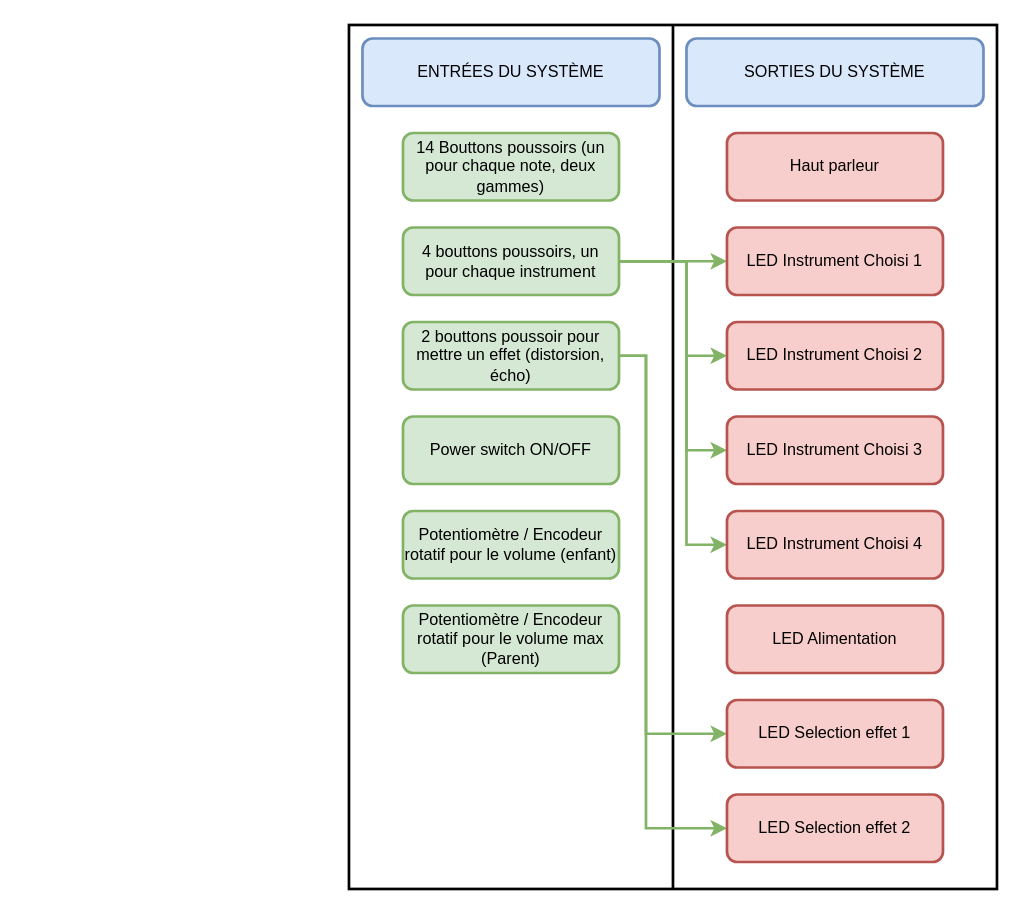
Before: Schemas/Schema_Input_Output.drawio in Ithoh/ProjetSynthe, a draw.io diagram. Source tidied: cells renumbered, new cells numbered last; positions are measured from the earlier drawing's top-left corner, leaving out a move shared by most shapes. Both pictures are drawn from the tidied source at 135%, with x=0, y=0 at pixel (348, 24).
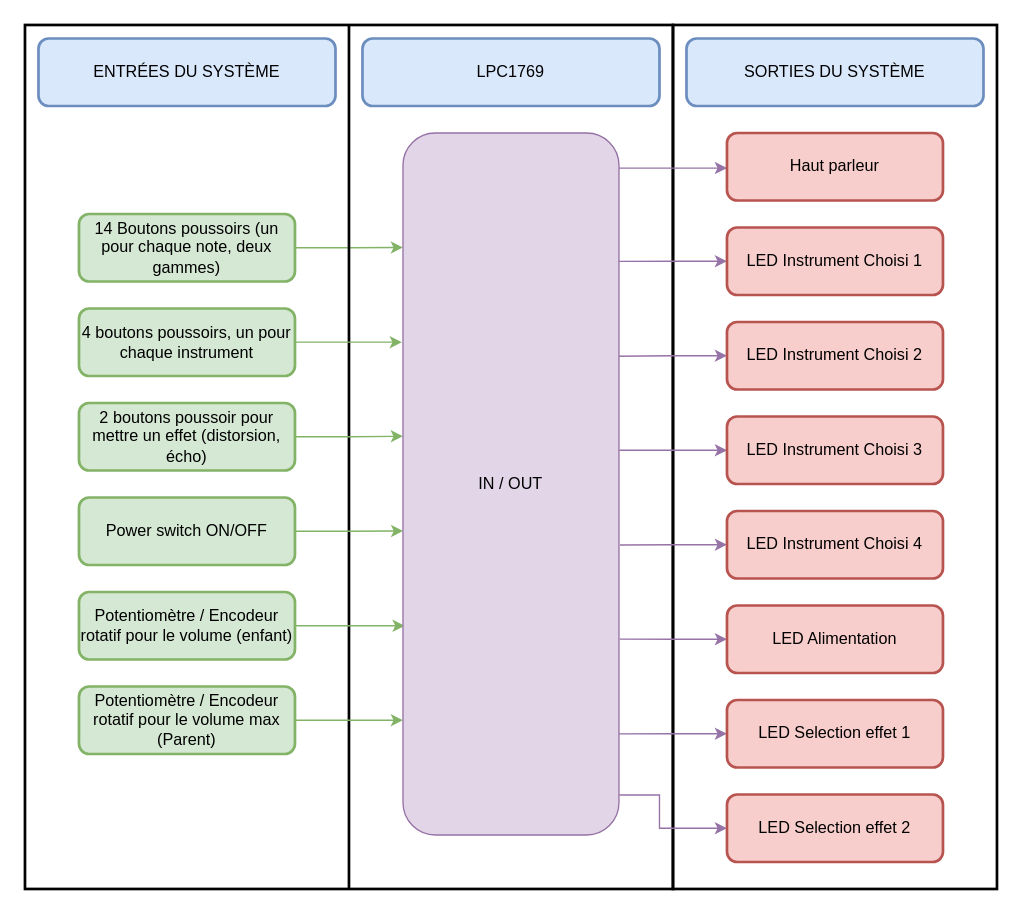
After the change.

Commit message (it also covers changes not shown here):
Modification schema fonctionnel + IO

Unchanged cells that the change refers to:
```xml
<mxCell id="18" value="Haut parleur" style="rounded=1;whiteSpace=wrap;html=1;strokeColor=#b85450;strokeWidth=2;fillColor=#f8cecc;" parent="1" vertex="1">
  <mxGeometry x="280" y="80" width="160" height="50" as="geometry" />
</mxCell>
<mxCell id="19" value="LED Instrument Choisi 1" style="rounded=1;whiteSpace=wrap;html=1;strokeColor=#b85450;strokeWidth=2;fillColor=#f8cecc;" parent="1" vertex="1">
  <mxGeometry x="280" y="150" width="160" height="50" as="geometry" />
</mxCell>
<mxCell id="20" value="LED Instrument Choisi 3" style="rounded=1;whiteSpace=wrap;html=1;strokeColor=#b85450;strokeWidth=2;fillColor=#f8cecc;" parent="1" vertex="1">
  <mxGeometry x="280" y="290" width="160" height="50" as="geometry" />
</mxCell>
<mxCell id="21" value="LED Instrument Choisi 2" style="rounded=1;whiteSpace=wrap;html=1;strokeColor=#b85450;strokeWidth=2;fillColor=#f8cecc;" parent="1" vertex="1">
  <mxGeometry x="280" y="220" width="160" height="50" as="geometry" />
</mxCell>
<mxCell id="22" value="LED Instrument Choisi 4" style="rounded=1;whiteSpace=wrap;html=1;strokeColor=#b85450;strokeWidth=2;fillColor=#f8cecc;" parent="1" vertex="1">
  <mxGeometry x="280" y="360" width="160" height="50" as="geometry" />
</mxCell>
<mxCell id="23" value="LED Selection effet 1" style="rounded=1;whiteSpace=wrap;html=1;strokeColor=#b85450;strokeWidth=2;fillColor=#f8cecc;" parent="1" vertex="1">
  <mxGeometry x="280" y="500" width="160" height="50" as="geometry" />
</mxCell>
<mxCell id="24" value="LED Alimentation" style="rounded=1;whiteSpace=wrap;html=1;strokeColor=#b85450;strokeWidth=2;fillColor=#f8cecc;" parent="1" vertex="1">
  <mxGeometry x="280" y="430" width="160" height="50" as="geometry" />
</mxCell>
<mxCell id="25" value="LED Selection effet 2" style="rounded=1;whiteSpace=wrap;html=1;strokeColor=#b85450;strokeWidth=2;fillColor=#f8cecc;" parent="1" vertex="1">
  <mxGeometry x="280" y="570" width="160" height="50" as="geometry" />
</mxCell>
```

Change to the diagram source:
```diff
@@
+    <mxCell id="26" style="rounded=0;whiteSpace=wrap;html=1;strokeColor=default;strokeWidth=2;fillColor=none;" parent="1" vertex="1">
+      <mxGeometry x="240" width="240" height="640" as="geometry" />
+    </mxCell>
     <mxCell id="2" style="rounded=0;whiteSpace=wrap;html=1;strokeColor=default;strokeWidth=2;fillColor=none;" parent="1" vertex="1">
-      <mxGeometry width="480" height="640" as="geometry" />
+      <mxGeometry x="-240" width="480" height="640" as="geometry" />
     </mxCell>
     <mxCell id="3" value="ENTRÉES DU SYSTÈME" style="text;html=1;strokeColor=#6c8ebf;fillColor=#dae8fc;align=center;verticalAlign=middle;whiteSpace=wrap;rounded=1;strokeWidth=2;" parent="1" vertex="1">
-      <mxGeometry x="10" y="10" width="220" height="50" as="geometry" />
+      <mxGeometry x="-230" y="10" width="220" height="50" as="geometry" />
     </mxCell>
@@
+    <mxCell id="27" style="edgeStyle=orthogonalEdgeStyle;rounded=0;jettySize=auto;html=1;entryX=0;entryY=0.163;entryDx=0;entryDy=0;entryPerimeter=0;fillColor=#d5e8d4;strokeColor=#82b366;" parent="1" edge="1" source="5" target="42">
+      <mxGeometry relative="1" as="geometry" />
+    </mxCell>
-    <mxCell id="5" value="14 Bouttons poussoirs (un pour chaque note, deux gammes)" style="rounded=1;whiteSpace=wrap;html=1;strokeColor=#82b366;strokeWidth=2;fillColor=#d5e8d4;" parent="1" vertex="1">
-      <mxGeometry x="40" y="80" width="160" height="50" as="geometry" />
+    <mxCell id="5" value="14 Boutons poussoirs (un pour chaque note, deux gammes)" style="rounded=1;whiteSpace=wrap;html=1;strokeColor=#82b366;strokeWidth=2;fillColor=#d5e8d4;" parent="1" vertex="1">
+      <mxGeometry x="-200" y="140" width="160" height="50" as="geometry" />
     </mxCell>
@@
-    <mxCell id="7" style="edgeStyle=orthogonalEdgeStyle;rounded=0;jettySize=auto;html=1;strokeWidth=2;fillColor=#d5e8d4;strokeColor=#82b366;" parent="1" edge="1" source="11" target="19">
-      <mxGeometry relative="1" as="geometry" />
-    </mxCell>
-    <mxCell id="8" style="edgeStyle=orthogonalEdgeStyle;rounded=0;jettySize=auto;html=1;exitX=1;exitY=0.5;exitDx=0;exitDy=0;entryX=0;entryY=0.5;entryDx=0;entryDy=0;strokeWidth=2;fillColor=#d5e8d4;strokeColor=#82b366;" parent="1" edge="1" source="11" target="21">
-      <mxGeometry relative="1" as="geometry">
-        <Array as="points">
-          <mxPoint x="250" y="175" />
-          <mxPoint x="250" y="245" />
-        </Array>
-      </mxGeometry>
-    </mxCell>
-    <mxCell id="9" style="edgeStyle=orthogonalEdgeStyle;rounded=0;jettySize=auto;html=1;exitX=1;exitY=0.5;exitDx=0;exitDy=0;entryX=0;entryY=0.5;entryDx=0;entryDy=0;strokeWidth=2;fillColor=#d5e8d4;strokeColor=#82b366;" parent="1" edge="1" source="11" target="20">
-      <mxGeometry relative="1" as="geometry">
-        <Array as="points">
-          <mxPoint x="250" y="175" />
-          <mxPoint x="250" y="315" />
-        </Array>
-      </mxGeometry>
-    </mxCell>
-    <mxCell id="10" style="edgeStyle=orthogonalEdgeStyle;rounded=0;jettySize=auto;html=1;entryX=0;entryY=0.5;entryDx=0;entryDy=0;strokeWidth=2;fillColor=#d5e8d4;strokeColor=#82b366;" parent="1" edge="1" source="11" target="22">
-      <mxGeometry relative="1" as="geometry">
-        <Array as="points">
-          <mxPoint x="250" y="175" />
-          <mxPoint x="250" y="385" />
-        </Array>
-      </mxGeometry>
-    </mxCell>
+    <mxCell id="28" style="edgeStyle=orthogonalEdgeStyle;rounded=0;jettySize=auto;html=1;entryX=-0.005;entryY=0.298;entryDx=0;entryDy=0;entryPerimeter=0;fillColor=#d5e8d4;strokeColor=#82b366;" parent="1" edge="1" source="11" target="42">
+      <mxGeometry relative="1" as="geometry" />
+    </mxCell>
-    <mxCell id="11" value="4 bouttons poussoirs, un pour chaque instrument" style="rounded=1;whiteSpace=wrap;html=1;strokeColor=#82b366;strokeWidth=2;fillColor=#d5e8d4;" parent="1" vertex="1">
-      <mxGeometry x="40" y="150" width="160" height="50" as="geometry" />
+    <mxCell id="11" value="4 boutons poussoirs, un pour chaque instrument" style="rounded=1;whiteSpace=wrap;html=1;strokeColor=#82b366;strokeWidth=2;fillColor=#d5e8d4;" parent="1" vertex="1">
+      <mxGeometry x="-200" y="210" width="160" height="50" as="geometry" />
     </mxCell>
-    <mxCell id="12" style="edgeStyle=orthogonalEdgeStyle;rounded=0;jettySize=auto;html=1;exitX=1;exitY=0.5;exitDx=0;exitDy=0;entryX=0;entryY=0.5;entryDx=0;entryDy=0;strokeWidth=2;fillColor=#d5e8d4;strokeColor=#82b366;" parent="1" edge="1" source="14" target="23">
-      <mxGeometry relative="1" as="geometry">
-        <Array as="points">
-          <mxPoint x="220" y="245" />
-          <mxPoint x="220" y="525" />
-        </Array>
-      </mxGeometry>
-    </mxCell>
-    <mxCell id="13" style="edgeStyle=orthogonalEdgeStyle;rounded=0;jettySize=auto;html=1;exitX=1;exitY=0.5;exitDx=0;exitDy=0;entryX=0;entryY=0.5;entryDx=0;entryDy=0;strokeWidth=2;fillColor=#d5e8d4;strokeColor=#82b366;" parent="1" edge="1" source="14" target="25">
-      <mxGeometry relative="1" as="geometry">
-        <Array as="points">
-          <mxPoint x="220" y="245" />
-          <mxPoint x="220" y="595" />
-        </Array>
-      </mxGeometry>
-    </mxCell>
+    <mxCell id="29" style="edgeStyle=orthogonalEdgeStyle;rounded=0;jettySize=auto;html=1;entryX=0;entryY=0.432;entryDx=0;entryDy=0;entryPerimeter=0;fillColor=#d5e8d4;strokeColor=#82b366;" parent="1" edge="1" source="14" target="42">
+      <mxGeometry relative="1" as="geometry" />
+    </mxCell>
-    <mxCell id="14" value="2 bouttons poussoir pour mettre un effet (distorsion, écho)" style="rounded=1;whiteSpace=wrap;html=1;strokeColor=#82b366;strokeWidth=2;fillColor=#d5e8d4;" parent="1" vertex="1">
-      <mxGeometry x="40" y="220" width="160" height="50" as="geometry" />
+    <mxCell id="14" value="2 boutons poussoir pour mettre un effet (distorsion, écho)" style="rounded=1;whiteSpace=wrap;html=1;strokeColor=#82b366;strokeWidth=2;fillColor=#d5e8d4;" parent="1" vertex="1">
+      <mxGeometry x="-200" y="280" width="160" height="50" as="geometry" />
     </mxCell>
+    <mxCell id="30" style="edgeStyle=orthogonalEdgeStyle;rounded=0;jettySize=auto;html=1;entryX=0.001;entryY=0.567;entryDx=0;entryDy=0;entryPerimeter=0;fillColor=#d5e8d4;strokeColor=#82b366;" parent="1" edge="1" source="15" target="42">
+      <mxGeometry relative="1" as="geometry" />
+    </mxCell>
     <mxCell id="15" value="Power switch ON/OFF" style="rounded=1;whiteSpace=wrap;html=1;strokeColor=#82b366;strokeWidth=2;fillColor=#d5e8d4;" parent="1" vertex="1">
-      <mxGeometry x="40" y="290" width="160" height="50" as="geometry" />
+      <mxGeometry x="-200" y="350" width="160" height="50" as="geometry" />
     </mxCell>
+    <mxCell id="31" style="edgeStyle=orthogonalEdgeStyle;rounded=0;jettySize=auto;html=1;entryX=0.008;entryY=0.702;entryDx=0;entryDy=0;entryPerimeter=0;fillColor=#d5e8d4;strokeColor=#82b366;" parent="1" edge="1" source="16" target="42">
+      <mxGeometry relative="1" as="geometry" />
+    </mxCell>
     <mxCell id="16" value="Potentiomètre / Encodeur rotatif pour le volume (enfant)" style="rounded=1;whiteSpace=wrap;html=1;strokeColor=#82b366;strokeWidth=2;fillColor=#d5e8d4;" parent="1" vertex="1">
-      <mxGeometry x="40" y="360" width="160" height="50" as="geometry" />
+      <mxGeometry x="-200" y="420" width="160" height="50" as="geometry" />
     </mxCell>
+    <mxCell id="32" style="edgeStyle=orthogonalEdgeStyle;rounded=0;jettySize=auto;html=1;fillColor=#d5e8d4;strokeColor=#82b366;" parent="1" edge="1" source="17">
+      <mxGeometry relative="1" as="geometry">
+        <mxPoint x="40" y="515" as="targetPoint" />
+      </mxGeometry>
+    </mxCell>
     <mxCell id="17" value="Potentiomètre / Encodeur rotatif pour le volume max (Parent)" style="rounded=1;whiteSpace=wrap;html=1;strokeColor=#82b366;strokeWidth=2;fillColor=#d5e8d4;" parent="1" vertex="1">
-      <mxGeometry x="40" y="430" width="160" height="50" as="geometry" />
+      <mxGeometry x="-200" y="490" width="160" height="50" as="geometry" />
     </mxCell>
+    <mxCell id="33" style="edgeStyle=orthogonalEdgeStyle;rounded=0;jettySize=auto;html=1;entryX=0.997;entryY=0.05;entryDx=0;entryDy=0;entryPerimeter=0;fillColor=#e1d5e7;strokeColor=#9673a6;startArrow=classic;startFill=1;endArrow=none;endFill=0;" parent="1" edge="1" source="18" target="42">
+      <mxGeometry relative="1" as="geometry">
+        <Array as="points">
+          <mxPoint x="260" y="106" />
+          <mxPoint x="260" y="106" />
+        </Array>
+      </mxGeometry>
+    </mxCell>
@@
+    <mxCell id="34" style="edgeStyle=orthogonalEdgeStyle;rounded=0;jettySize=auto;html=1;entryX=0.998;entryY=0.183;entryDx=0;entryDy=0;entryPerimeter=0;startArrow=classic;startFill=1;endArrow=none;endFill=0;fillColor=#e1d5e7;strokeColor=#9673a6;" parent="1" edge="1" source="19" target="42">
+      <mxGeometry relative="1" as="geometry" />
+    </mxCell>
@@
+    <mxCell id="35" style="edgeStyle=orthogonalEdgeStyle;rounded=0;jettySize=auto;html=1;entryX=1.002;entryY=0.452;entryDx=0;entryDy=0;entryPerimeter=0;startArrow=classic;startFill=1;endArrow=none;endFill=0;fillColor=#e1d5e7;strokeColor=#9673a6;" parent="1" edge="1" source="20" target="42">
+      <mxGeometry relative="1" as="geometry" />
+    </mxCell>
@@
+    <mxCell id="36" style="edgeStyle=orthogonalEdgeStyle;rounded=0;jettySize=auto;html=1;entryX=0.993;entryY=0.318;entryDx=0;entryDy=0;entryPerimeter=0;startArrow=classic;startFill=1;endArrow=none;endFill=0;fillColor=#e1d5e7;strokeColor=#9673a6;" parent="1" edge="1" source="21" target="42">
+      <mxGeometry relative="1" as="geometry" />
+    </mxCell>
@@
+    <mxCell id="37" style="edgeStyle=orthogonalEdgeStyle;rounded=0;jettySize=auto;html=1;entryX=1.004;entryY=0.587;entryDx=0;entryDy=0;entryPerimeter=0;startArrow=classic;startFill=1;endArrow=none;endFill=0;fillColor=#e1d5e7;strokeColor=#9673a6;" parent="1" edge="1" source="22" target="42">
+      <mxGeometry relative="1" as="geometry" />
+    </mxCell>
@@
+    <mxCell id="38" style="edgeStyle=orthogonalEdgeStyle;rounded=0;jettySize=auto;html=1;entryX=0.993;entryY=0.856;entryDx=0;entryDy=0;entryPerimeter=0;startArrow=classic;startFill=1;endArrow=none;endFill=0;fillColor=#e1d5e7;strokeColor=#9673a6;" parent="1" edge="1" source="23" target="42">
+      <mxGeometry relative="1" as="geometry" />
+    </mxCell>
@@
+    <mxCell id="39" style="edgeStyle=orthogonalEdgeStyle;rounded=0;jettySize=auto;html=1;entryX=1.003;entryY=0.721;entryDx=0;entryDy=0;entryPerimeter=0;startArrow=classic;startFill=1;endArrow=none;endFill=0;fillColor=#e1d5e7;strokeColor=#9673a6;" parent="1" edge="1" source="24" target="42">
+      <mxGeometry relative="1" as="geometry" />
+    </mxCell>
@@
+    <mxCell id="40" style="edgeStyle=orthogonalEdgeStyle;rounded=0;jettySize=auto;html=1;entryX=1.002;entryY=0.943;entryDx=0;entryDy=0;entryPerimeter=0;startArrow=classic;startFill=1;endArrow=none;endFill=0;fillColor=#e1d5e7;strokeColor=#9673a6;" parent="1" edge="1" source="25" target="42">
+      <mxGeometry relative="1" as="geometry">
+        <Array as="points">
+          <mxPoint x="230" y="595" />
+          <mxPoint x="230" y="570" />
+        </Array>
+      </mxGeometry>
+    </mxCell>
@@
+    <mxCell id="41" value="LPC1769" style="text;html=1;strokeColor=#6c8ebf;fillColor=#dae8fc;align=center;verticalAlign=middle;whiteSpace=wrap;rounded=1;strokeWidth=2;" parent="1" vertex="1">
+      <mxGeometry x="10" y="10" width="220" height="50" as="geometry" />
+    </mxCell>
+    <mxCell id="42" value="IN / OUT" style="rounded=1;whiteSpace=wrap;html=1;fillColor=#e1d5e7;strokeColor=#9673a6;" parent="1" vertex="1">
+      <mxGeometry x="40" y="80" width="160" height="520" as="geometry" />
+    </mxCell>
```
